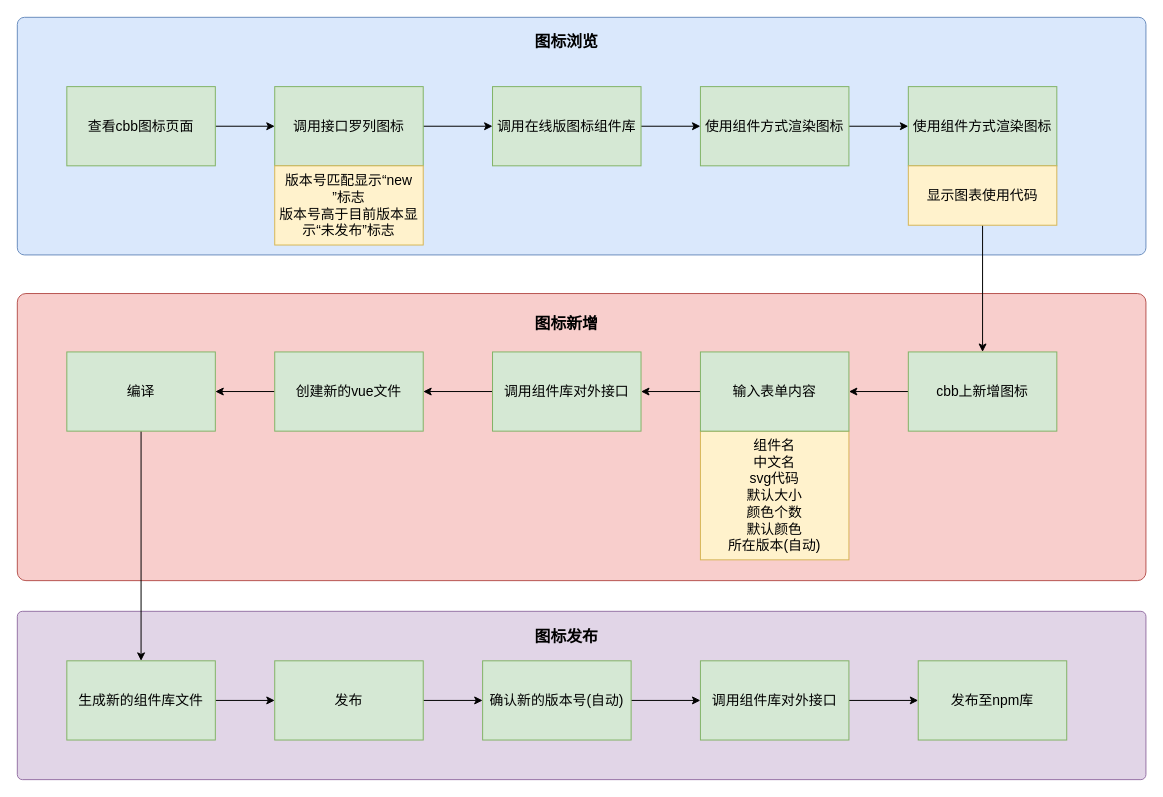
Before: 图标库整体流程.drawio in meterXu/drawiofile, a draw.io diagram. Source tidied: cells renumbered, new cells numbered last; positions are measured from the earlier drawing's top-left corner, leaving out a move shared by most shapes. Both pictures are drawn from the tidied source at 99%, with x=0, y=0 at pixel (17, 17).
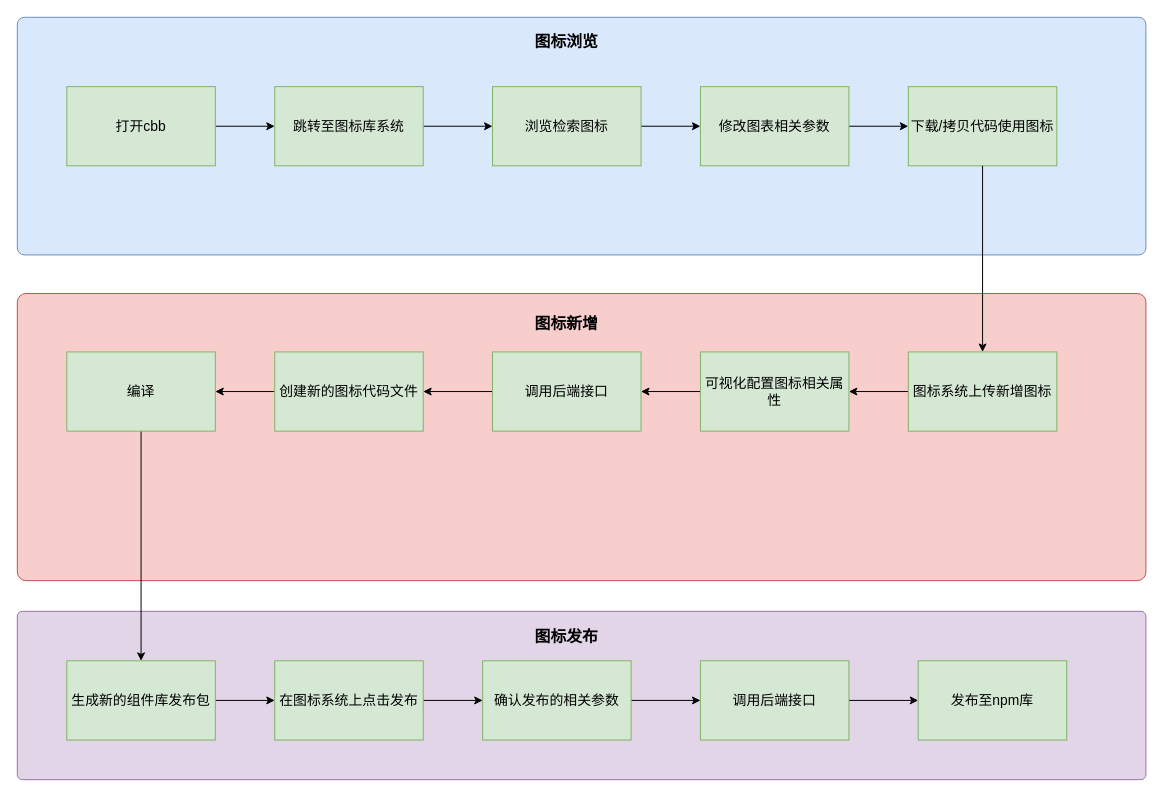
After the change.

Commit message (it also covers changes not shown here):
更新图标库整体流程.drawio

Diff of the diagram source:
```diff
@@
-    <mxCell id="6" value="查看cbb图标页面" style="rounded=0;whiteSpace=wrap;html=1;fillColor=#d5e8d4;strokeColor=#82b366;fontSize=14;" parent="1" vertex="1">
+    <mxCell id="6" value="打开cbb" style="rounded=0;whiteSpace=wrap;html=1;fillColor=#d5e8d4;strokeColor=#82b366;fontSize=14;" parent="1" vertex="1">
       <mxGeometry x="50" y="70" width="150" height="80" as="geometry" />
     </mxCell>
-    <mxCell id="7" value="组件名&lt;br style=&quot;font-size: 14px&quot;&gt;中文名&lt;br style=&quot;font-size: 14px&quot;&gt;svg代码&lt;br style=&quot;font-size: 14px&quot;&gt;默认大小&lt;br style=&quot;font-size: 14px&quot;&gt;颜色个数&lt;br style=&quot;font-size: 14px&quot;&gt;默认颜色&lt;br style=&quot;font-size: 14px&quot;&gt;所在版本(自动)" style="rounded=0;whiteSpace=wrap;html=1;fontSize=14;fillColor=#fff2cc;strokeColor=#d6b656;" parent="1" vertex="1">
-      <mxGeometry x="690" y="418" width="150" height="130" as="geometry" />
-    </mxCell>
@@
-    <mxCell id="9" value="&lt;font style=&quot;font-size: 14px&quot;&gt;调用接口罗列图标&lt;br&gt;&lt;/font&gt;" style="rounded=0;whiteSpace=wrap;html=1;fillColor=#d5e8d4;strokeColor=#82b366;" parent="1" vertex="1">
+    <mxCell id="9" value="&lt;font style=&quot;font-size: 14px&quot;&gt;跳转至图标库系统&lt;br&gt;&lt;/font&gt;" style="rounded=0;whiteSpace=wrap;html=1;fillColor=#d5e8d4;strokeColor=#82b366;" parent="1" vertex="1">
       <mxGeometry x="260" y="70" width="150" height="80" as="geometry" />
     </mxCell>
@@
-    <mxCell id="11" value="&lt;span style=&quot;font-size: 14px&quot;&gt;调用在线版图标组件库&lt;/span&gt;" style="rounded=0;whiteSpace=wrap;html=1;fillColor=#d5e8d4;strokeColor=#82b366;" parent="1" vertex="1">
+    <mxCell id="11" value="&lt;span style=&quot;font-size: 14px&quot;&gt;浏览检索图标&lt;/span&gt;" style="rounded=0;whiteSpace=wrap;html=1;fillColor=#d5e8d4;strokeColor=#82b366;" parent="1" vertex="1">
       <mxGeometry x="480" y="70" width="150" height="80" as="geometry" />
     </mxCell>
@@
-    <mxCell id="13" value="&lt;span style=&quot;font-size: 14px&quot;&gt;使用组件方式渲染图标&lt;/span&gt;" style="rounded=0;whiteSpace=wrap;html=1;fillColor=#d5e8d4;strokeColor=#82b366;" parent="1" vertex="1">
+    <mxCell id="13" value="&lt;span style=&quot;font-size: 14px&quot;&gt;修改图表相关参数&lt;/span&gt;" style="rounded=0;whiteSpace=wrap;html=1;fillColor=#d5e8d4;strokeColor=#82b366;" parent="1" vertex="1">
       <mxGeometry x="690" y="70" width="150" height="80" as="geometry" />
     </mxCell>
-    <mxCell id="14" value="&lt;span style=&quot;font-size: 14px&quot;&gt;使用组件方式渲染图标&lt;/span&gt;" style="rounded=0;whiteSpace=wrap;html=1;fillColor=#d5e8d4;strokeColor=#82b366;" parent="1" vertex="1">
+    <mxCell id="14" value="&lt;span style=&quot;font-size: 14px&quot;&gt;下载/拷贝代码使用图标&lt;/span&gt;" style="rounded=0;whiteSpace=wrap;html=1;fillColor=#d5e8d4;strokeColor=#82b366;" parent="1" vertex="1">
       <mxGeometry x="900" y="70" width="150" height="80" as="geometry" />
     </mxCell>
@@
-    <mxCell id="16" value="&lt;span style=&quot;font-size: 14px&quot;&gt;输入表单内容&lt;/span&gt;" style="rounded=0;whiteSpace=wrap;html=1;fillColor=#d5e8d4;strokeColor=#82b366;" parent="1" vertex="1">
+    <mxCell id="16" value="&lt;span style=&quot;font-size: 14px&quot;&gt;可视化配置图标相关属性&lt;/span&gt;" style="rounded=0;whiteSpace=wrap;html=1;fillColor=#d5e8d4;strokeColor=#82b366;" parent="1" vertex="1">
       <mxGeometry x="690" y="338" width="150" height="80" as="geometry" />
     </mxCell>
@@
-    <mxCell id="18" value="&lt;span style=&quot;font-size: 14px&quot;&gt;cbb上新增图标&lt;/span&gt;" style="rounded=0;whiteSpace=wrap;html=1;fillColor=#d5e8d4;strokeColor=#82b366;" parent="1" vertex="1">
+    <mxCell id="18" value="&lt;span style=&quot;font-size: 14px&quot;&gt;图标系统上传新增图标&lt;/span&gt;" style="rounded=0;whiteSpace=wrap;html=1;fillColor=#d5e8d4;strokeColor=#82b366;" parent="1" vertex="1">
       <mxGeometry x="900" y="338" width="150" height="80" as="geometry" />
     </mxCell>
@@
-    <mxCell id="20" value="&lt;span style=&quot;font-size: 14px&quot;&gt;调用组件库对外接口&lt;/span&gt;" style="rounded=0;whiteSpace=wrap;html=1;fillColor=#d5e8d4;strokeColor=#82b366;" parent="1" vertex="1">
+    <mxCell id="20" value="&lt;span style=&quot;font-size: 14px&quot;&gt;调用后端接口&lt;/span&gt;" style="rounded=0;whiteSpace=wrap;html=1;fillColor=#d5e8d4;strokeColor=#82b366;" parent="1" vertex="1">
       <mxGeometry x="480" y="338" width="150" height="80" as="geometry" />
     </mxCell>
@@
-    <mxCell id="22" value="&lt;span style=&quot;font-size: 14px&quot;&gt;创建新的vue文件&lt;/span&gt;" style="rounded=0;whiteSpace=wrap;html=1;fillColor=#d5e8d4;strokeColor=#82b366;" parent="1" vertex="1">
+    <mxCell id="22" value="&lt;span style=&quot;font-size: 14px&quot;&gt;创建新的图标代码文件&lt;/span&gt;" style="rounded=0;whiteSpace=wrap;html=1;fillColor=#d5e8d4;strokeColor=#82b366;" parent="1" vertex="1">
       <mxGeometry x="260" y="338" width="150" height="80" as="geometry" />
     </mxCell>
@@
-    <mxCell id="24" value="&lt;span style=&quot;font-size: 14px&quot;&gt;生成新的组件库文件&lt;/span&gt;" style="rounded=0;whiteSpace=wrap;html=1;fillColor=#d5e8d4;strokeColor=#82b366;" parent="1" vertex="1">
+    <mxCell id="24" value="&lt;span style=&quot;font-size: 14px&quot;&gt;生成新的组件库发布包&lt;/span&gt;" style="rounded=0;whiteSpace=wrap;html=1;fillColor=#d5e8d4;strokeColor=#82b366;" parent="1" vertex="1">
       <mxGeometry x="50" y="650" width="150" height="80" as="geometry" />
     </mxCell>
@@
-    <mxCell id="28" value="&lt;span style=&quot;font-size: 14px&quot;&gt;发布&lt;/span&gt;" style="rounded=0;whiteSpace=wrap;html=1;fillColor=#d5e8d4;strokeColor=#82b366;" parent="1" vertex="1">
+    <mxCell id="28" value="&lt;span style=&quot;font-size: 14px&quot;&gt;在图标系统上点击发布&lt;/span&gt;" style="rounded=0;whiteSpace=wrap;html=1;fillColor=#d5e8d4;strokeColor=#82b366;" parent="1" vertex="1">
       <mxGeometry x="260" y="650" width="150" height="80" as="geometry" />
     </mxCell>
@@
-    <mxCell id="30" value="&lt;span style=&quot;font-size: 14px&quot;&gt;确认新的版本号(自动)&lt;/span&gt;" style="rounded=0;whiteSpace=wrap;html=1;fillColor=#d5e8d4;strokeColor=#82b366;" parent="1" vertex="1">
+    <mxCell id="30" value="&lt;span style=&quot;font-size: 14px&quot;&gt;确认发布的相关参数&lt;/span&gt;" style="rounded=0;whiteSpace=wrap;html=1;fillColor=#d5e8d4;strokeColor=#82b366;" parent="1" vertex="1">
       <mxGeometry x="470" y="650" width="150" height="80" as="geometry" />
     </mxCell>
@@
-    <mxCell id="32" value="&lt;span style=&quot;font-size: 14px&quot;&gt;调用组件库对外接口&lt;/span&gt;" style="rounded=0;whiteSpace=wrap;html=1;fillColor=#d5e8d4;strokeColor=#82b366;" parent="1" vertex="1">
+    <mxCell id="32" value="&lt;span style=&quot;font-size: 14px&quot;&gt;调用后端接口&lt;/span&gt;" style="rounded=0;whiteSpace=wrap;html=1;fillColor=#d5e8d4;strokeColor=#82b366;" parent="1" vertex="1">
       <mxGeometry x="690" y="650" width="150" height="80" as="geometry" />
     </mxCell>
@@
-    <mxCell id="35" style="edgeStyle=orthogonalEdgeStyle;rounded=0;jettySize=auto;html=1;fontSize=14;" parent="1" edge="1" source="36" target="18">
+    <mxCell id="35" style="edgeStyle=orthogonalEdgeStyle;rounded=0;jettySize=auto;html=1;fontSize=14;exitX=0.5;exitY=1;exitDx=0;exitDy=0;" parent="1" edge="1" source="14" target="18">
       <mxGeometry relative="1" as="geometry" />
     </mxCell>
-    <mxCell id="36" value="显示图表使用代码" style="rounded=0;whiteSpace=wrap;html=1;fontSize=14;fillColor=#fff2cc;strokeColor=#d6b656;" parent="1" vertex="1">
-      <mxGeometry x="900" y="150" width="150" height="60" as="geometry" />
-    </mxCell>
@@
-    <mxCell id="39" value="版本号匹配显示“new&lt;br&gt;”标志&lt;br&gt;版本号高于目前版本显示“未发布”标志" style="rounded=0;whiteSpace=wrap;html=1;fontSize=14;fillColor=#fff2cc;strokeColor=#d6b656;" parent="1" vertex="1">
-      <mxGeometry x="260" y="150" width="150" height="80" as="geometry" />
-    </mxCell>
```
